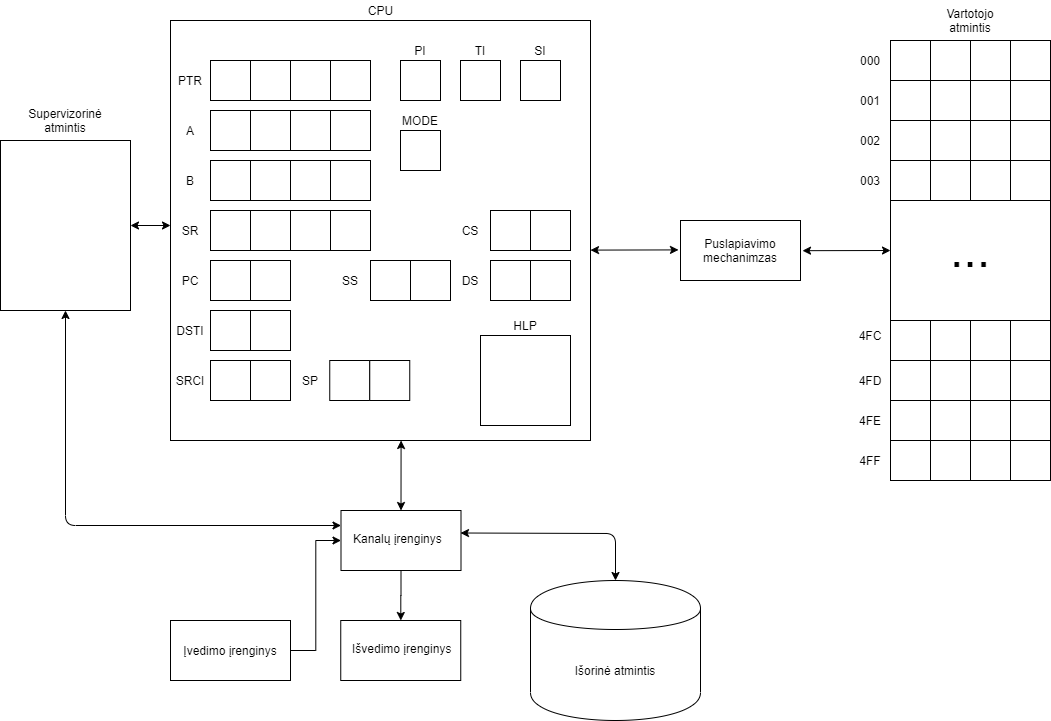
Earlier version of the draw.io export 01lab/diagrams/real.png (jokubasb/My-OS). Source tidied: cells renumbered, new cells last; positions are measured from the earlier drawing's top-left corner, leaving out a move shared by most shapes.
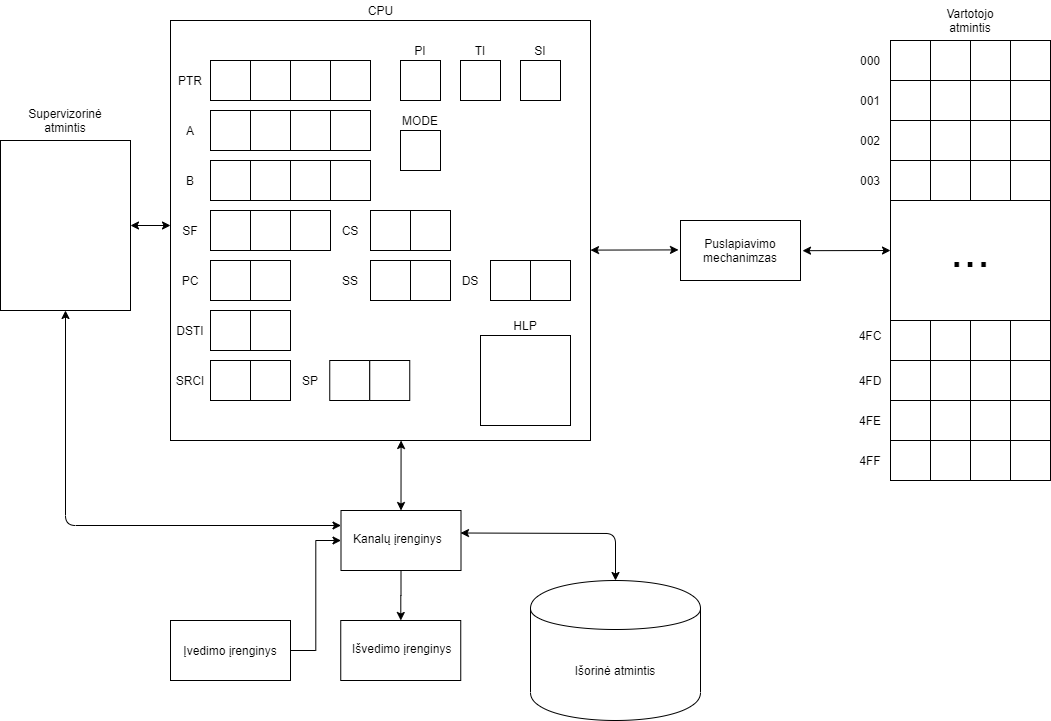
The same file after the commit.

Commit message:
real diagram fix

What changed in the source:
```diff
@@ -59,7 +59,7 @@
     <mxCell id="20" value="SI" style="text;html=1;strokeColor=none;fillColor=none;align=center;verticalAlign=middle;whiteSpace=wrap;rounded=0;" parent="1" vertex="1">
       <mxGeometry x="520" y="40" width="40" height="20" as="geometry" />
     </mxCell>
-    <mxCell id="21" value="SR" style="text;html=1;strokeColor=none;fillColor=none;align=center;verticalAlign=middle;whiteSpace=wrap;rounded=0;" parent="1" vertex="1">
+    <mxCell id="21" value="SF" style="text;html=1;strokeColor=none;fillColor=none;align=center;verticalAlign=middle;whiteSpace=wrap;rounded=0;" parent="1" vertex="1">
       <mxGeometry x="170" y="220" width="40" height="20" as="geometry" />
     </mxCell>
     <mxCell id="22" value="B" style="text;html=1;strokeColor=none;fillColor=none;align=center;verticalAlign=middle;whiteSpace=wrap;rounded=0;" parent="1" vertex="1">
@@ -338,13 +338,13 @@
       <mxGeometry x="330" y="270" width="40" height="20" as="geometry" />
     </mxCell>
     <mxCell id="109" style="whiteSpace=wrap;html=1;" parent="1" vertex="1">
-      <mxGeometry x="490" y="210" width="40" height="40" as="geometry" />
+      <mxGeometry x="370" y="210" width="40" height="40" as="geometry" />
     </mxCell>
     <mxCell id="110" style="whiteSpace=wrap;html=1;" parent="1" vertex="1">
-      <mxGeometry x="530" y="210" width="40" height="40" as="geometry" />
+      <mxGeometry x="410" y="210" width="40" height="40" as="geometry" />
     </mxCell>
     <mxCell id="111" value="CS" style="text;html=1;strokeColor=none;fillColor=none;align=center;verticalAlign=middle;whiteSpace=wrap;rounded=0;" parent="1" vertex="1">
-      <mxGeometry x="450" y="220" width="40" height="20" as="geometry" />
+      <mxGeometry x="330" y="220" width="40" height="20" as="geometry" />
     </mxCell>
     <mxCell id="112" style="whiteSpace=wrap;html=1;" parent="1" vertex="1">
       <mxGeometry x="329.2" y="360" width="40" height="40" as="geometry" />
@@ -355,8 +355,5 @@
     <mxCell id="114" value="SP" style="text;html=1;strokeColor=none;fillColor=none;align=center;verticalAlign=middle;whiteSpace=wrap;rounded=0;" parent="1" vertex="1">
       <mxGeometry x="290" y="370" width="40" height="20" as="geometry" />
     </mxCell>
-    <mxCell id="115" style="whiteSpace=wrap;html=1;" parent="1" vertex="1">
-      <mxGeometry x="330" y="210" width="40" height="40" as="geometry" />
-    </mxCell>
   </root>
 </mxGraphModel>
```
